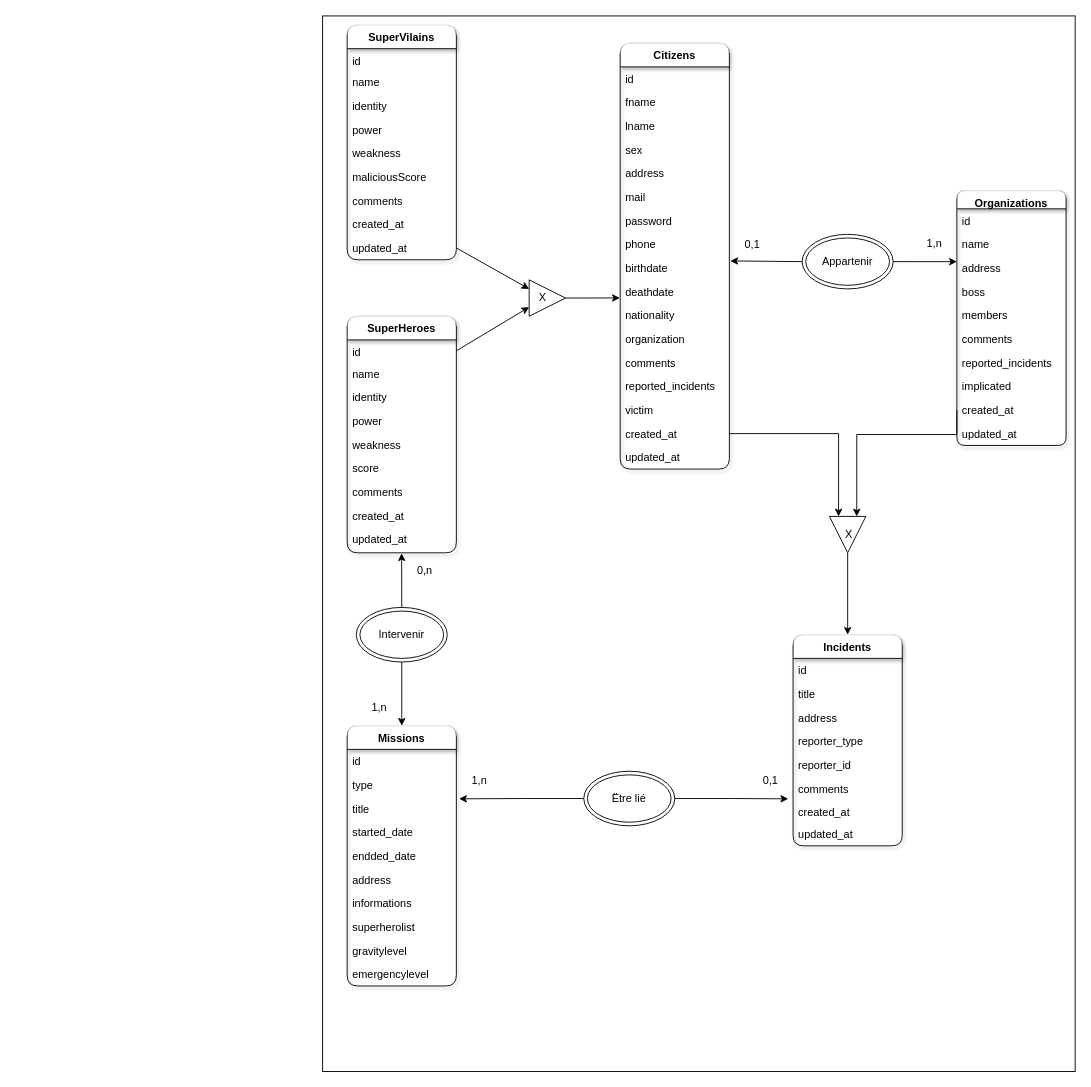
Above: documentation/mcd/mcd.drawio in floriaaan/java-bootcamp (draw.io), before the change. Source tidied: cells renumbered, new cells numbered last; positions are measured from the earlier drawing's top-left corner, leaving out a move shared by most shapes. Both pictures are drawn from the tidied source at 91%, with x=0, y=0 at pixel (322, 15).
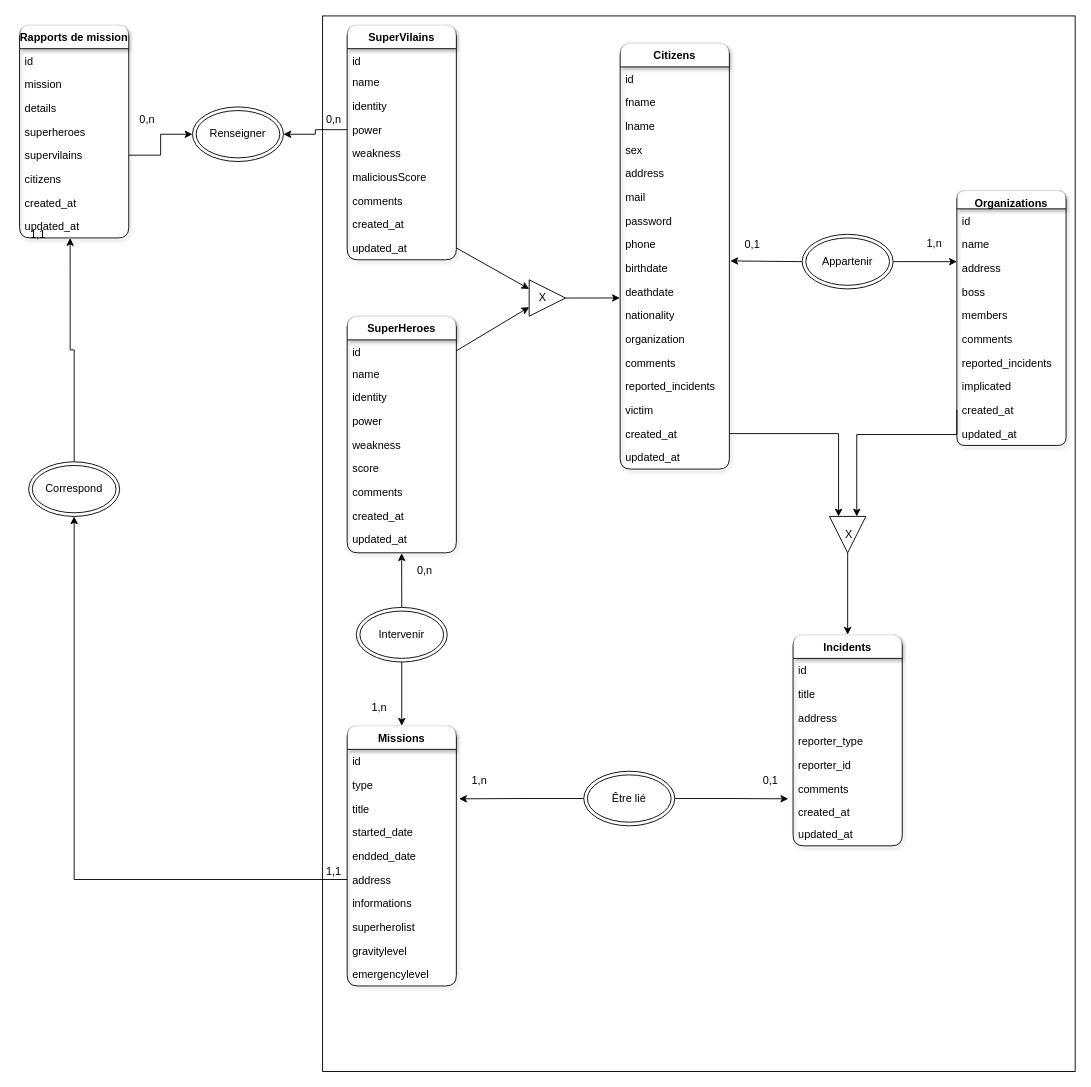
The same page after the edit.

Commit message:
changement mcd

Unchanged cells that the change refers to:
```xml
<mxCell id="46" value="power" style="text;strokeColor=none;fillColor=none;align=left;verticalAlign=top;spacingLeft=4;spacingRight=4;overflow=hidden;points=[[0,0.5],[1,0.5]];portConstraint=eastwest;" parent="42" vertex="1">
  <mxGeometry y="102" width="120" height="26" as="geometry" />
</mxCell>
<mxCell id="76" value="address" style="text;strokeColor=none;fillColor=none;align=left;verticalAlign=top;spacingLeft=4;spacingRight=4;overflow=hidden;points=[[0,0.5],[1,0.5]];portConstraint=eastwest;" parent="70" vertex="1">
  <mxGeometry y="156" width="120" height="26" as="geometry" />
</mxCell>
```

Diff of the diagram source:
```diff
@@
-    <mxCell id="90" value="Ëtre lié" style="ellipse;shape=doubleEllipse;whiteSpace=wrap;html=1;" parent="1" vertex="1">
+    <mxCell id="90" value="Être lié" style="ellipse;shape=doubleEllipse;whiteSpace=wrap;html=1;" parent="1" vertex="1">
       <mxGeometry x="287" y="830" width="100" height="60" as="geometry" />
     </mxCell>
@@
+    <mxCell id="95" value="Rapports de mission" style="swimlane;fontStyle=1;horizontal=1;startSize=26;swimlaneLine=1;rounded=1;shadow=1;sketch=0;glass=1;verticalAlign=top;" parent="1" vertex="1">
+      <mxGeometry x="-333" y="10" width="120" height="234" as="geometry" />
+    </mxCell>
+    <mxCell id="96" value="id" style="text;strokeColor=none;fillColor=none;align=left;verticalAlign=top;spacingLeft=4;spacingRight=4;overflow=hidden;" parent="95" vertex="1">
+      <mxGeometry y="26" width="120" height="26" as="geometry" />
+    </mxCell>
+    <mxCell id="97" value="mission" style="text;strokeColor=none;fillColor=none;align=left;verticalAlign=top;spacingLeft=4;spacingRight=4;overflow=hidden;" parent="95" vertex="1">
+      <mxGeometry y="52" width="120" height="26" as="geometry" />
+    </mxCell>
+    <mxCell id="98" value="details" style="text;strokeColor=none;fillColor=none;align=left;verticalAlign=top;spacingLeft=4;spacingRight=4;overflow=hidden;" parent="95" vertex="1">
+      <mxGeometry y="78" width="120" height="26" as="geometry" />
+    </mxCell>
+    <mxCell id="99" value="superheroes" style="text;strokeColor=none;fillColor=none;align=left;verticalAlign=top;spacingLeft=4;spacingRight=4;overflow=hidden;" parent="95" vertex="1">
+      <mxGeometry y="104" width="120" height="26" as="geometry" />
+    </mxCell>
+    <mxCell id="100" value="supervilains" style="text;strokeColor=none;fillColor=none;align=left;verticalAlign=top;spacingLeft=4;spacingRight=4;overflow=hidden;points=[[0,0.5],[1,0.5]];portConstraint=eastwest;" parent="95" vertex="1">
+      <mxGeometry y="130" width="120" height="26" as="geometry" />
+    </mxCell>
+    <mxCell id="101" value="citizens" style="text;strokeColor=none;fillColor=none;align=left;verticalAlign=top;spacingLeft=4;spacingRight=4;overflow=hidden;" parent="95" vertex="1">
+      <mxGeometry y="156" width="120" height="26" as="geometry" />
+    </mxCell>
+    <mxCell id="102" value="created_at" style="text;strokeColor=none;fillColor=none;align=left;verticalAlign=top;spacingLeft=4;spacingRight=4;overflow=hidden;" parent="95" vertex="1">
+      <mxGeometry y="182" width="120" height="26" as="geometry" />
+    </mxCell>
+    <mxCell id="103" value="updated_at" style="text;strokeColor=none;fillColor=none;align=left;verticalAlign=top;spacingLeft=4;spacingRight=4;overflow=hidden;points=[[0,0.5],[1,0.5]];portConstraint=eastwest;" parent="95" vertex="1">
+      <mxGeometry y="208" width="120" height="26" as="geometry" />
+    </mxCell>
+    <mxCell id="104" value="Renseigner" style="ellipse;shape=doubleEllipse;whiteSpace=wrap;html=1;" parent="1" vertex="1">
+      <mxGeometry x="-143" y="100" width="100" height="60" as="geometry" />
+    </mxCell>
+    <mxCell id="105" style="edgeStyle=orthogonalEdgeStyle;rounded=0;jettySize=auto;html=1;exitX=0;exitY=0.5;exitDx=0;exitDy=0;entryX=1;entryY=0.5;entryDx=0;entryDy=0;" parent="1" edge="1" source="46" target="104">
+      <mxGeometry relative="1" as="geometry" />
+    </mxCell>
+    <mxCell id="106" style="edgeStyle=orthogonalEdgeStyle;rounded=0;jettySize=auto;html=1;exitX=1;exitY=0.5;exitDx=0;exitDy=0;entryX=0;entryY=0.5;entryDx=0;entryDy=0;" parent="1" edge="1" source="100" target="104">
+      <mxGeometry relative="1" as="geometry" />
+    </mxCell>
+    <mxCell id="107" value="0,n" style="text;html=1;align=center;verticalAlign=middle;" parent="1" vertex="1">
+      <mxGeometry x="-208" y="104" width="30" height="20" as="geometry" />
+    </mxCell>
+    <mxCell id="108" value="0,n" style="text;html=1;align=center;verticalAlign=middle;" parent="1" vertex="1">
+      <mxGeometry x="-3" y="104" width="30" height="20" as="geometry" />
+    </mxCell>
+    <mxCell id="109" style="edgeStyle=orthogonalEdgeStyle;rounded=0;jettySize=auto;html=1;exitX=0.5;exitY=0;exitDx=0;exitDy=0;entryX=0.463;entryY=1.005;entryDx=0;entryDy=0;entryPerimeter=0;" parent="1" edge="1" source="110" target="103">
+      <mxGeometry relative="1" as="geometry" />
+    </mxCell>
+    <mxCell id="110" value="Correspond" style="ellipse;shape=doubleEllipse;whiteSpace=wrap;html=1;" parent="1" vertex="1">
+      <mxGeometry x="-323" y="490" width="100" height="60" as="geometry" />
+    </mxCell>
+    <mxCell id="111" style="edgeStyle=orthogonalEdgeStyle;rounded=0;jettySize=auto;html=1;exitX=0;exitY=0.5;exitDx=0;exitDy=0;entryX=0.5;entryY=1;entryDx=0;entryDy=0;" parent="1" edge="1" source="76" target="110">
+      <mxGeometry relative="1" as="geometry" />
+    </mxCell>
+    <mxCell id="112" value="1,1" style="text;html=1;align=center;verticalAlign=middle;" parent="1" vertex="1">
+      <mxGeometry x="-328" y="230" width="30" height="20" as="geometry" />
+    </mxCell>
+    <mxCell id="113" value="1,1" style="text;html=1;align=center;verticalAlign=middle;" parent="1" vertex="1">
+      <mxGeometry x="-3" y="930" width="30" height="20" as="geometry" />
+    </mxCell>
```
